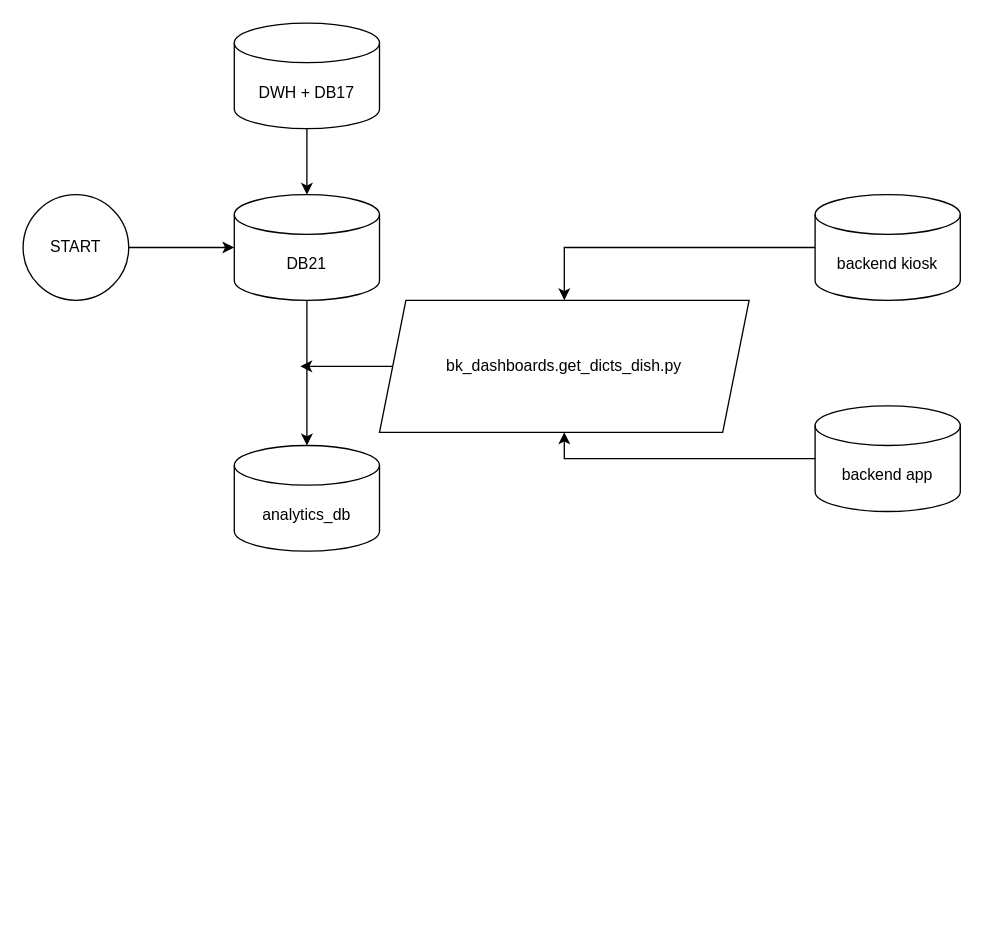
Earlier version of the draw.io diagram bk_recsys_etl.drawio (ArlanovCsb/responsive_menu). Source tidied: cells renumbered, new cells numbered last; positions are measured from the earlier drawing's top-left corner, leaving out a move shared by most shapes. Both pictures are drawn from the tidied source at 132%, with x=0, y=0 at pixel (22, 22).
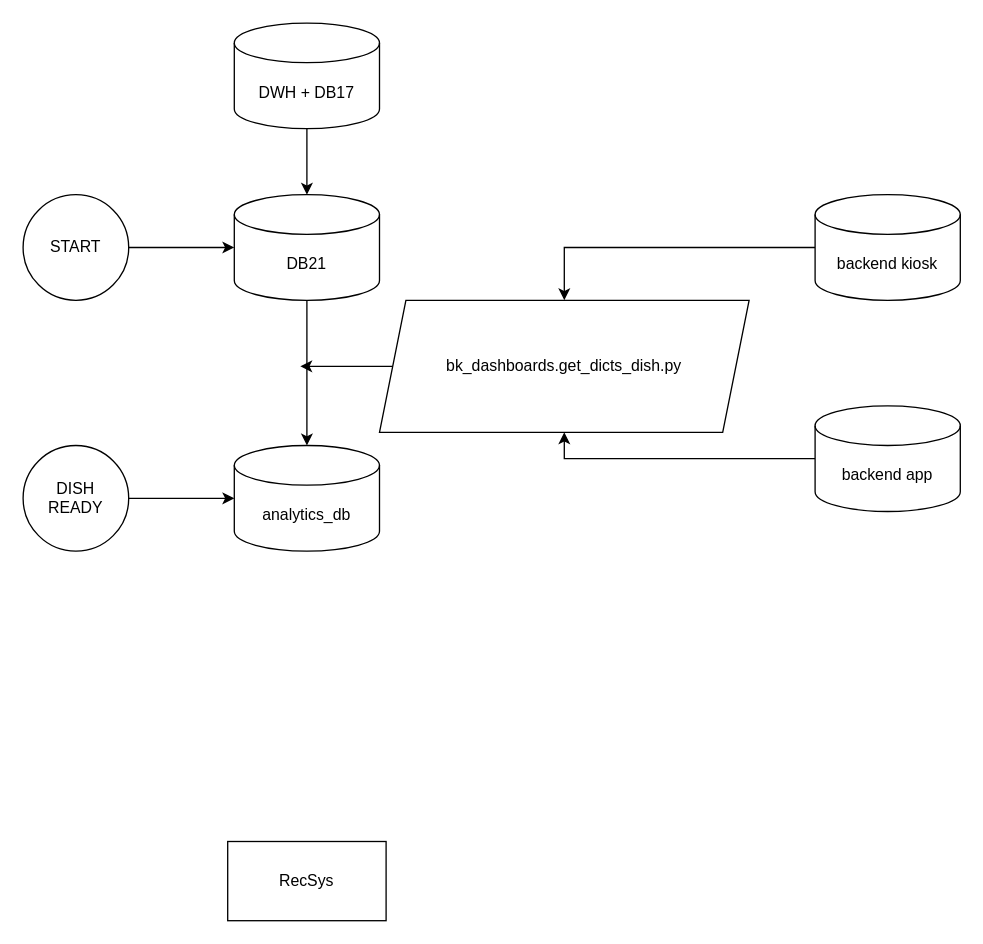
The same diagram, later.

What changed in the source:
```diff
@@
 <mxGraphModel>
   <root>
     <mxCell id="0" />
     <mxCell id="1" parent="0" />
     <mxCell id="2" style="edgeStyle=orthogonalEdgeStyle;rounded=0;jettySize=auto;html=1;" parent="1" edge="1" source="3" target="4">
       <mxGeometry relative="1" as="geometry" />
     </mxCell>
     <mxCell id="3" value="DB21" style="shape=cylinder3;whiteSpace=wrap;html=1;boundedLbl=1;backgroundOutline=1;size=15;" parent="1" vertex="1">
       <mxGeometry x="160" y="130" width="110" height="80" as="geometry" />
     </mxCell>
     <mxCell id="4" value="analytics_db" style="shape=cylinder3;whiteSpace=wrap;html=1;boundedLbl=1;backgroundOutline=1;size=15;" parent="1" vertex="1">
       <mxGeometry x="160" y="320" width="110" height="80" as="geometry" />
     </mxCell>
     <mxCell id="5" value="START" style="ellipse;whiteSpace=wrap;html=1;" parent="1" vertex="1">
       <mxGeometry y="130" width="80" height="80" as="geometry" />
     </mxCell>
     <mxCell id="6" style="edgeStyle=orthogonalEdgeStyle;rounded=0;jettySize=auto;html=1;entryX=0;entryY=0.5;entryDx=0;entryDy=0;entryPerimeter=0;" parent="1" edge="1" source="5" target="3">
       <mxGeometry relative="1" as="geometry" />
     </mxCell>
     <mxCell id="7" value="DWH + DB17" style="shape=cylinder3;whiteSpace=wrap;html=1;boundedLbl=1;backgroundOutline=1;size=15;" parent="1" vertex="1">
       <mxGeometry x="160" width="110" height="80" as="geometry" />
     </mxCell>
     <mxCell id="8" style="edgeStyle=orthogonalEdgeStyle;rounded=0;jettySize=auto;html=1;entryX=0.5;entryY=0;entryDx=0;entryDy=0;entryPerimeter=0;" parent="1" edge="1" source="7" target="3">
       <mxGeometry relative="1" as="geometry" />
     </mxCell>
     <mxCell id="9" style="edgeStyle=orthogonalEdgeStyle;rounded=0;jettySize=auto;html=1;" parent="1" edge="1" source="10">
       <mxGeometry relative="1" as="geometry">
         <mxPoint x="210" y="260" as="targetPoint" />
       </mxGeometry>
     </mxCell>
     <mxCell id="10" value="bk_dashboards.get_dicts_dish.py" style="shape=parallelogram;perimeter=parallelogramPerimeter;whiteSpace=wrap;html=1;fixedSize=1;" parent="1" vertex="1">
       <mxGeometry x="270" y="210" width="280" height="100" as="geometry" />
     </mxCell>
     <mxCell id="11" style="edgeStyle=orthogonalEdgeStyle;rounded=0;jettySize=auto;html=1;entryX=0.5;entryY=0;entryDx=0;entryDy=0;" parent="1" edge="1" source="12" target="10">
       <mxGeometry relative="1" as="geometry" />
     </mxCell>
     <mxCell id="12" value="backend kiosk" style="shape=cylinder3;whiteSpace=wrap;html=1;boundedLbl=1;backgroundOutline=1;size=15;" parent="1" vertex="1">
       <mxGeometry x="600" y="130" width="110" height="80" as="geometry" />
     </mxCell>
     <mxCell id="13" style="edgeStyle=orthogonalEdgeStyle;rounded=0;jettySize=auto;html=1;entryX=0.5;entryY=1;entryDx=0;entryDy=0;" parent="1" edge="1" source="14" target="10">
       <mxGeometry relative="1" as="geometry" />
     </mxCell>
     <mxCell id="14" value="backend app" style="shape=cylinder3;whiteSpace=wrap;html=1;boundedLbl=1;backgroundOutline=1;size=15;" parent="1" vertex="1">
       <mxGeometry x="600" y="290" width="110" height="80" as="geometry" />
     </mxCell>
+    <mxCell id="15" value="DISH &lt;br&gt;READY" style="ellipse;whiteSpace=wrap;html=1;" parent="1" vertex="1">
+      <mxGeometry y="320" width="80" height="80" as="geometry" />
+    </mxCell>
+    <mxCell id="16" style="edgeStyle=orthogonalEdgeStyle;rounded=0;jettySize=auto;html=1;entryX=0;entryY=0.5;entryDx=0;entryDy=0;entryPerimeter=0;" parent="1" edge="1" source="15" target="4">
+      <mxGeometry relative="1" as="geometry" />
+    </mxCell>
+    <mxCell id="17" value="RecSys" style="rounded=0;whiteSpace=wrap;html=1;" parent="1" vertex="1">
+      <mxGeometry x="155" y="620" width="120" height="60" as="geometry" />
+    </mxCell>
   </root>
 </mxGraphModel>
```
